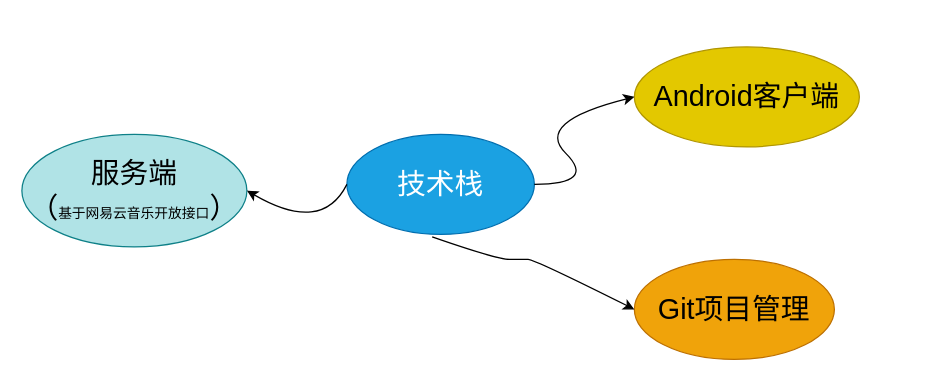
This is mobile_develop.drawio from Norton-Lin/Picture, a draw.io file, before an edit. Source tidied: cells renumbered, new cells numbered last; positions are measured from the earlier drawing's top-left corner, leaving out a move shared by most shapes. Both pictures are drawn from the tidied source at 125%, with x=0, y=0 at pixel (21, 46).
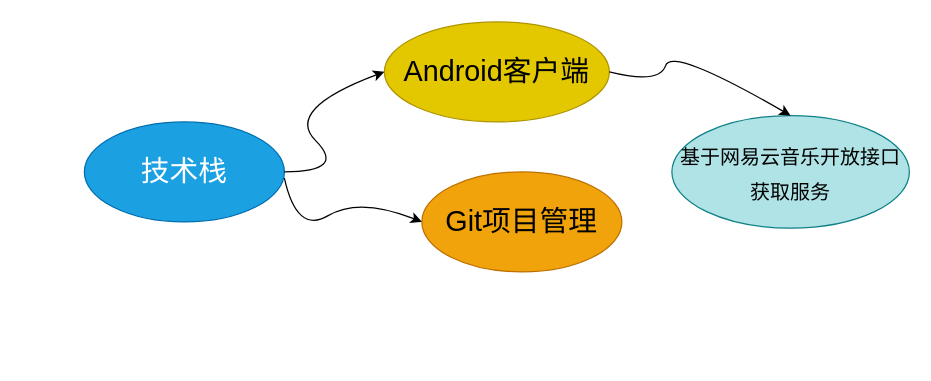
After the change.

Change to the diagram source:
```diff
@@
 <mxGraphModel>
   <root>
     <mxCell id="0" />
     <mxCell id="1" parent="0" />
     <mxCell id="2" value="&lt;font style=&quot;font-size: 23px;&quot;&gt;技术栈&lt;/font&gt;" style="ellipse;whiteSpace=wrap;html=1;fillColor=#1ba1e2;fontColor=#ffffff;strokeColor=#006EAF;" parent="1" vertex="1">
-      <mxGeometry x="260" y="70" width="150" height="80" as="geometry" />
+      <mxGeometry x="50" y="60" width="160" height="80" as="geometry" />
     </mxCell>
     <mxCell id="3" value="Android客户端" style="ellipse;whiteSpace=wrap;html=1;fontSize=23;fillColor=#e3c800;fontColor=#000000;strokeColor=#B09500;" parent="1" vertex="1">
-      <mxGeometry x="490" width="180" height="80" as="geometry" />
+      <mxGeometry x="290" y="-20" width="180" height="80" as="geometry" />
     </mxCell>
     <mxCell id="4" value="Git项目管理" style="ellipse;whiteSpace=wrap;html=1;fontSize=23;fillColor=#f0a30a;fontColor=#000000;strokeColor=#BD7000;" parent="1" vertex="1">
-      <mxGeometry x="490" y="170" width="160" height="80" as="geometry" />
+      <mxGeometry x="320" y="100" width="160" height="80" as="geometry" />
     </mxCell>
-    <mxCell id="5" value="服务端&lt;br&gt;（&lt;font style=&quot;font-size: 11px;&quot;&gt;基于网易云音乐开放接口&lt;/font&gt;）" style="ellipse;whiteSpace=wrap;html=1;fontSize=23;fillColor=#b0e3e6;strokeColor=#0e8088;" parent="1" vertex="1">
-      <mxGeometry y="70" width="180" height="90" as="geometry" />
+    <mxCell id="5" value="&lt;font style=&quot;font-size: 16px;&quot;&gt;基于网易云音乐开放接口获取服务&lt;/font&gt;" style="ellipse;whiteSpace=wrap;html=1;fontSize=23;fillColor=#b0e3e6;strokeColor=#0e8088;" parent="1" vertex="1">
+      <mxGeometry x="520" y="55" width="190" height="90" as="geometry" />
     </mxCell>
-    <mxCell id="6" style="curved=1;endArrow=classic;html=1;rounded=0;fontSize=11;entryX=0;entryY=0.5;entryDx=0;entryDy=0;" parent="1" edge="1" target="3">
-      <mxGeometry relative="1" as="geometry">
-        <mxPoint x="410" y="110" as="sourcePoint" />
-        <Array as="points">
-          <mxPoint x="460" y="110" />
-          <mxPoint x="410" y="60" />
-        </Array>
-      </mxGeometry>
-    </mxCell>
-    <mxCell id="7" style="curved=1;endArrow=classic;html=1;rounded=0;fontSize=11;exitX=0.455;exitY=1.025;exitDx=0;exitDy=0;exitPerimeter=0;entryX=0;entryY=0.5;entryDx=0;entryDy=0;" parent="1" edge="1" source="2" target="4">
-      <mxGeometry relative="1" as="geometry">
-        <Array as="points">
-          <mxPoint x="380" y="170" />
-          <mxPoint x="400" y="170" />
-          <mxPoint x="410" y="170" />
-        </Array>
-      </mxGeometry>
-    </mxCell>
-    <mxCell id="8" style="curved=1;endArrow=classic;html=1;rounded=0;fontSize=11;exitX=0;exitY=0.5;exitDx=0;exitDy=0;entryX=1;entryY=0.5;entryDx=0;entryDy=0;" parent="1" edge="1" source="2" target="5">
-      <mxGeometry relative="1" as="geometry">
-        <Array as="points">
-          <mxPoint x="240" y="150" />
-        </Array>
-      </mxGeometry>
-    </mxCell>
+    <mxCell id="9" style="curved=1;endArrow=classic;html=1;rounded=0;fontSize=16;entryX=0;entryY=0.5;entryDx=0;entryDy=0;" parent="1" edge="1" target="3">
+      <mxGeometry relative="1" as="geometry">
+        <mxPoint x="210" y="100" as="sourcePoint" />
+        <Array as="points">
+          <mxPoint x="260" y="100" />
+          <mxPoint x="210" y="50" />
+        </Array>
+      </mxGeometry>
+    </mxCell>
+    <mxCell id="10" style="curved=1;endArrow=classic;html=1;rounded=0;fontSize=16;entryX=0;entryY=0.5;entryDx=0;entryDy=0;" parent="1" edge="1" target="4">
+      <mxGeometry relative="1" as="geometry">
+        <mxPoint x="210" y="105" as="sourcePoint" />
+        <Array as="points">
+          <mxPoint x="220" y="150" />
+          <mxPoint x="270" y="120" />
+        </Array>
+      </mxGeometry>
+    </mxCell>
+    <mxCell id="11" style="curved=1;endArrow=classic;html=1;rounded=0;fontSize=16;exitX=1;exitY=0.5;exitDx=0;exitDy=0;entryX=0.5;entryY=0;entryDx=0;entryDy=0;" parent="1" edge="1" source="3" target="5">
+      <mxGeometry relative="1" as="geometry">
+        <Array as="points">
+          <mxPoint x="510" y="30" />
+          <mxPoint x="520" />
+        </Array>
+      </mxGeometry>
+    </mxCell>
   </root>
 </mxGraphModel>
```
